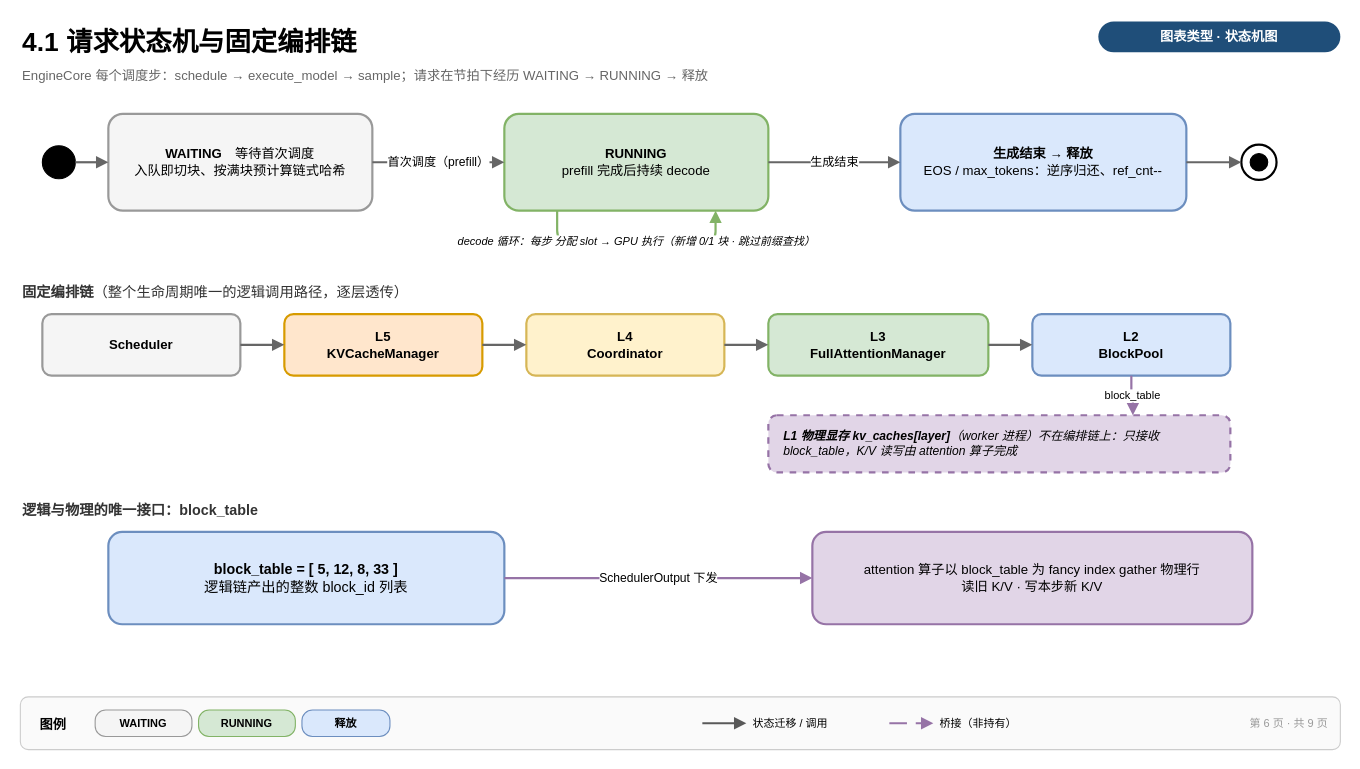
This is page "4-运行期请求生命周期" (4 of 4) of vllm/v1/core/kvcache_draw_ppt/kv_cache_five_layer_arch.drawio from GoCHug/vllm, a draw.io file, before an edit. Source tidied: cells renumbered, new cells numbered last; positions are measured from the earlier drawing's top-left corner, leaving out a move shared by most shapes. Both pictures are drawn from the tidied source at 110%, with x=0, y=0 at pixel (20, 19).
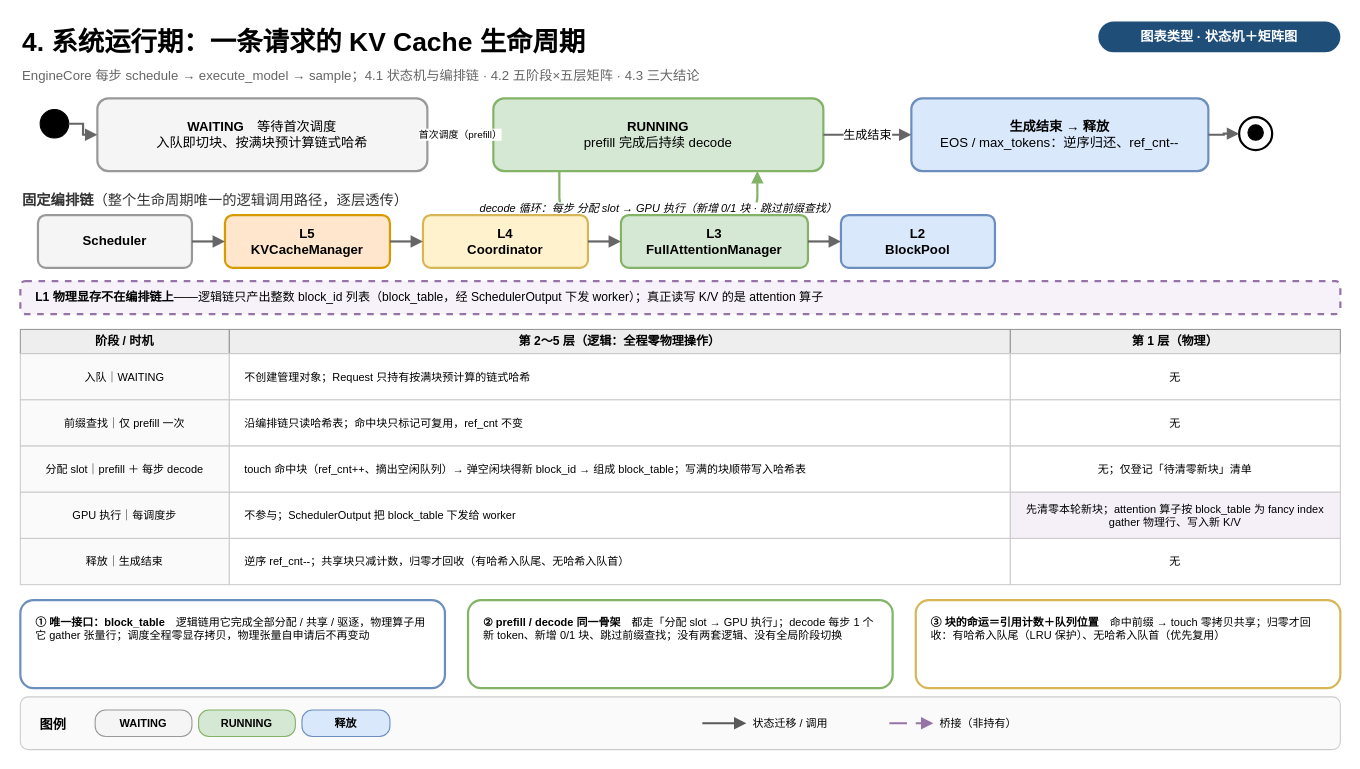
After the change.

The edit, as a diff of the source:
```diff
@@
-    <mxCell id="2" value="4.1 请求状态机与固定编排链" style="text;html=1;fontSize=24;fontStyle=1;align=left;" parent="1" vertex="1">
+    <mxCell id="2" value="4. 系统运行期：一条请求的 KV Cache 生命周期" style="text;html=1;fontSize=24;fontStyle=1;align=left;" parent="1" vertex="1">
       <mxGeometry width="900" height="34" as="geometry" />
     </mxCell>
-    <mxCell id="3" value="图表类型 · 状态机图" style="rounded=1;arcSize=50;whiteSpace=wrap;html=1;fillColor=#1f4e79;strokeColor=none;fontColor=#ffffff;fontSize=12;fontStyle=1;align=center;" parent="1" vertex="1">
+    <mxCell id="3" value="图表类型 · 状态机＋矩阵图" style="rounded=1;arcSize=50;whiteSpace=wrap;html=1;fillColor=#1f4e79;strokeColor=none;fontColor=#ffffff;fontSize=12;fontStyle=1;align=center;" parent="1" vertex="1">
       <mxGeometry x="980" y="2" width="220" height="28" as="geometry" />
     </mxCell>
-    <mxCell id="4" value="EngineCore 每个调度步：schedule → execute_model → sample；请求在节拍下经历 WAITING → RUNNING → 释放" style="text;html=1;fontSize=12;align=left;fontColor=#666666;" parent="1" vertex="1">
+    <mxCell id="4" value="EngineCore 每步 schedule → execute_model → sample；4.1 状态机与编排链 · 4.2 五阶段×五层矩阵 · 4.3 三大结论" style="text;html=1;fontSize=12;align=left;fontColor=#666666;" parent="1" vertex="1">
       <mxGeometry y="38" width="960" height="22" as="geometry" />
     </mxCell>
     <mxCell id="5" style="ellipse;whiteSpace=wrap;html=1;fillColor=#000000;strokeColor=#000000;" parent="1" vertex="1">
-      <mxGeometry x="20" y="115" width="30" height="30" as="geometry" />
+      <mxGeometry x="18" y="82" width="26" height="26" as="geometry" />
     </mxCell>
     <mxCell id="6" value="&lt;b&gt;WAITING&lt;/b&gt;　等待首次调度&#10;入队即切块、按满块预计算链式哈希" style="rounded=1;whiteSpace=wrap;html=1;fillColor=#f5f5f5;strokeColor=#999999;strokeWidth=2;verticalAlign=middle;align=center;fontSize=12;" parent="1" vertex="1">
-      <mxGeometry x="80" y="86" width="240" height="88" as="geometry" />
+      <mxGeometry x="70" y="72" width="300" height="66" as="geometry" />
     </mxCell>
     <mxCell id="7" value="&lt;b&gt;RUNNING&lt;/b&gt;&#10;prefill 完成后持续 decode" style="rounded=1;whiteSpace=wrap;html=1;fillColor=#d5e8d4;strokeColor=#82b366;strokeWidth=2;verticalAlign=middle;align=center;fontSize=12;" parent="1" vertex="1">
-      <mxGeometry x="440" y="86" width="240" height="88" as="geometry" />
+      <mxGeometry x="430" y="72" width="300" height="66" as="geometry" />
     </mxCell>
     <mxCell id="8" value="&lt;b&gt;生成结束 → 释放&lt;/b&gt;&#10;EOS / max_tokens：逆序归还、ref_cnt--" style="rounded=1;whiteSpace=wrap;html=1;fillColor=#dae8fc;strokeColor=#6c8ebf;strokeWidth=2;verticalAlign=middle;align=center;fontSize=12;" parent="1" vertex="1">
-      <mxGeometry x="800" y="86" width="260" height="88" as="geometry" />
+      <mxGeometry x="810" y="72" width="270" height="66" as="geometry" />
     </mxCell>
     <mxCell id="9" style="ellipse;whiteSpace=wrap;html=1;fillColor=#ffffff;strokeColor=#000000;strokeWidth=2;" parent="1" vertex="1">
-      <mxGeometry x="1110" y="114" width="32" height="32" as="geometry" />
+      <mxGeometry x="1108" y="89" width="30" height="30" as="geometry" />
     </mxCell>
     <mxCell id="10" style="ellipse;whiteSpace=wrap;html=1;fillColor=#000000;strokeColor=#000000;" parent="1" vertex="1">
-      <mxGeometry x="1118" y="122" width="16" height="16" as="geometry" />
+      <mxGeometry x="1116" y="96" width="14" height="14" as="geometry" />
     </mxCell>
@@
-    <mxCell id="12" value="首次调度（prefill）" style="edgeStyle=orthogonalEdgeStyle;html=1;rounded=0;strokeColor=#666666;strokeWidth=2;endArrow=block;endFill=1;fontSize=11;labelBackgroundColor=#ffffff;exitX=1;exitY=0.5;exitDx=0;exitDy=0;entryX=0;entryY=0.5;entryDx=0;entryDy=0;" parent="1" edge="1" source="6" target="7">
+    <mxCell id="12" value="首次调度（prefill）" style="edgeStyle=orthogonalEdgeStyle;html=1;rounded=0;strokeColor=#666666;strokeWidth=2;endArrow=block;endFill=1;fontSize=9;labelBackgroundColor=#ffffff;exitX=1;exitY=0.5;exitDx=0;exitDy=0;entryX=0;entryY=0.5;entryDx=0;entryDy=0;" parent="1" edge="1" source="6" target="7">
       <mxGeometry relative="1" as="geometry" />
     </mxCell>
@@
     <mxCell id="15" value="decode 循环：每步 分配 slot → GPU 执行（新增 0/1 块 · 跳过前缀查找）" style="edgeStyle=orthogonalEdgeStyle;html=1;rounded=1;strokeColor=#82b366;strokeWidth=2;endArrow=block;endFill=1;fontSize=10;fontStyle=2;labelBackgroundColor=#ffffff;exitX=0.2;exitY=1;exitDx=0;exitDy=0;entryX=0.8;entryY=1;entryDx=0;entryDy=0;" parent="1" edge="1" source="7" target="7">
       <mxGeometry relative="1" as="geometry">
         <Array as="points">
-          <mxPoint x="488" y="202" />
-          <mxPoint x="632" y="202" />
+          <mxPoint x="490" y="172" />
+          <mxPoint x="670" y="172" />
         </Array>
       </mxGeometry>
     </mxCell>
     <mxCell id="16" value="&lt;b&gt;固定编排链&lt;/b&gt;（整个生命周期唯一的逻辑调用路径，逐层透传）" style="text;html=1;fontSize=13;align=left;fontColor=#333333;" parent="1" vertex="1">
-      <mxGeometry y="234" width="700" height="24" as="geometry" />
+      <mxGeometry y="150" width="700" height="20" as="geometry" />
     </mxCell>
     <mxCell id="17" value="Scheduler" style="rounded=1;whiteSpace=wrap;html=1;fillColor=#f5f5f5;strokeColor=#999999;strokeWidth=2;verticalAlign=middle;align=center;fontSize=12;fontStyle=1;" parent="1" vertex="1">
-      <mxGeometry x="20" y="268" width="180" height="56" as="geometry" />
+      <mxGeometry x="16" y="178" width="140" height="48" as="geometry" />
     </mxCell>
     <mxCell id="18" value="L5&#10;KVCacheManager" style="rounded=1;whiteSpace=wrap;html=1;fillColor=#ffe6cc;strokeColor=#d79b00;strokeWidth=2;verticalAlign=middle;align=center;fontSize=12;fontStyle=1;" parent="1" vertex="1">
-      <mxGeometry x="240" y="268" width="180" height="56" as="geometry" />
+      <mxGeometry x="186" y="178" width="150" height="48" as="geometry" />
     </mxCell>
     <mxCell id="19" value="L4&#10;Coordinator" style="rounded=1;whiteSpace=wrap;html=1;fillColor=#fff2cc;strokeColor=#d6b656;strokeWidth=2;verticalAlign=middle;align=center;fontSize=12;fontStyle=1;" parent="1" vertex="1">
-      <mxGeometry x="460" y="268" width="180" height="56" as="geometry" />
+      <mxGeometry x="366" y="178" width="150" height="48" as="geometry" />
     </mxCell>
     <mxCell id="20" value="L3&#10;FullAttentionManager" style="rounded=1;whiteSpace=wrap;html=1;fillColor=#d5e8d4;strokeColor=#82b366;strokeWidth=2;verticalAlign=middle;align=center;fontSize=12;fontStyle=1;" parent="1" vertex="1">
-      <mxGeometry x="680" y="268" width="200" height="56" as="geometry" />
+      <mxGeometry x="546" y="178" width="170" height="48" as="geometry" />
     </mxCell>
     <mxCell id="21" value="L2&#10;BlockPool" style="rounded=1;whiteSpace=wrap;html=1;fillColor=#dae8fc;strokeColor=#6c8ebf;strokeWidth=2;verticalAlign=middle;align=center;fontSize=12;fontStyle=1;" parent="1" vertex="1">
-      <mxGeometry x="920" y="268" width="180" height="56" as="geometry" />
+      <mxGeometry x="746" y="178" width="140" height="48" as="geometry" />
     </mxCell>
@@
-    <mxCell id="26" value="&lt;b&gt;L1 物理显存 kv_caches[layer]&lt;/b&gt;（worker 进程）不在编排链上：只接收 block_table，K/V 读写由 attention 算子完成" style="rounded=1;whiteSpace=wrap;html=1;fillColor=#e1d5e7;strokeColor=#9673a6;strokeWidth=2;dashed=1;verticalAlign=middle;align=left;spacingLeft=12;spacingRight=8;fontSize=11;fontStyle=2;" parent="1" vertex="1">
-      <mxGeometry x="680" y="360" width="420" height="52" as="geometry" />
-    </mxCell>
-    <mxCell id="27" value="block_table" style="edgeStyle=orthogonalEdgeStyle;html=1;rounded=0;strokeColor=#9673a6;strokeWidth=2;dashed=1;dashPattern=8 4;endArrow=block;endFill=1;fontSize=10;labelBackgroundColor=#ffffff;exitX=0.5;exitY=1;exitDx=0;exitDy=0;entryX=0.789;entryY=0;entryDx=0;entryDy=0;" parent="1" edge="1" source="21" target="26">
-      <mxGeometry relative="1" as="geometry" />
-    </mxCell>
-    <mxCell id="28" value="&lt;b&gt;逻辑与物理的唯一接口：block_table&lt;/b&gt;" style="text;html=1;fontSize=13;align=left;fontColor=#333333;" parent="1" vertex="1">
-      <mxGeometry y="432" width="600" height="24" as="geometry" />
-    </mxCell>
-    <mxCell id="29" value="&lt;b&gt;block_table = [ 5, 12, 8, 33 ]&lt;/b&gt;&#10;逻辑链产出的整数 block_id 列表" style="rounded=1;whiteSpace=wrap;html=1;fillColor=#dae8fc;strokeColor=#6c8ebf;strokeWidth=2;verticalAlign=middle;align=center;fontSize=13;" parent="1" vertex="1">
-      <mxGeometry x="80" y="466" width="360" height="84" as="geometry" />
-    </mxCell>
-    <mxCell id="30" value="attention 算子以 block_table 为 fancy index gather 物理行&#10;读旧 K/V · 写本步新 K/V" style="rounded=1;whiteSpace=wrap;html=1;fillColor=#e1d5e7;strokeColor=#9673a6;strokeWidth=2;verticalAlign=middle;align=center;fontSize=12;" parent="1" vertex="1">
-      <mxGeometry x="720" y="466" width="400" height="84" as="geometry" />
-    </mxCell>
-    <mxCell id="31" value="SchedulerOutput 下发" style="edgeStyle=orthogonalEdgeStyle;html=1;rounded=0;strokeColor=#9673a6;strokeWidth=2;endArrow=block;endFill=1;fontSize=11;labelBackgroundColor=#ffffff;exitX=1;exitY=0.5;exitDx=0;exitDy=0;entryX=0;entryY=0.5;entryDx=0;entryDy=0;" parent="1" edge="1" source="29" target="30">
-      <mxGeometry relative="1" as="geometry" />
-    </mxCell>
+    <mxCell id="42" value="&lt;b&gt;L1 物理显存不在编排链上&lt;/b&gt;——逻辑链只产出整数 block_id 列表（block_table，经 SchedulerOutput 下发 worker）；真正读写 K/V 的是 attention 算子" style="rounded=1;whiteSpace=wrap;html=1;fillColor=#f7f2fa;strokeColor=#9673a6;strokeWidth=2;dashed=1;verticalAlign=middle;align=left;spacingLeft=12;spacingRight=10;fontSize=11;" parent="1" vertex="1">
+      <mxGeometry y="238" width="1200" height="30" as="geometry" />
+    </mxCell>
+    <mxCell id="43" value="阶段 / 时机" style="rounded=0;whiteSpace=wrap;html=1;fillColor=#eeeeee;strokeColor=#999999;fontSize=11;fontStyle=1;align=center;verticalAlign=middle;" parent="1" vertex="1">
+      <mxGeometry y="282" width="190" height="22" as="geometry" />
+    </mxCell>
+    <mxCell id="44" value="第 2～5 层（逻辑：全程零物理操作）" style="rounded=0;whiteSpace=wrap;html=1;fillColor=#eeeeee;strokeColor=#999999;fontSize=11;fontStyle=1;align=center;verticalAlign=middle;" parent="1" vertex="1">
+      <mxGeometry x="190" y="282" width="710" height="22" as="geometry" />
+    </mxCell>
+    <mxCell id="45" value="第 1 层（物理）" style="rounded=0;whiteSpace=wrap;html=1;fillColor=#eeeeee;strokeColor=#999999;fontSize=11;fontStyle=1;align=center;verticalAlign=middle;" parent="1" vertex="1">
+      <mxGeometry x="900" y="282" width="300" height="22" as="geometry" />
+    </mxCell>
+    <mxCell id="46" value="入队｜WAITING" style="rounded=0;whiteSpace=wrap;html=1;fillColor=#fafafa;strokeColor=#cccccc;verticalAlign=middle;align=center;fontSize=10;" parent="1" vertex="1">
+      <mxGeometry y="304" width="190" height="42" as="geometry" />
+    </mxCell>
+    <mxCell id="47" value="不创建管理对象；Request 只持有按满块预计算的链式哈希" style="rounded=0;whiteSpace=wrap;html=1;fillColor=#ffffff;strokeColor=#cccccc;verticalAlign=middle;align=left;spacingLeft=12;fontSize=10;" parent="1" vertex="1">
+      <mxGeometry x="190" y="304" width="710" height="42" as="geometry" />
+    </mxCell>
+    <mxCell id="48" value="无" style="rounded=0;whiteSpace=wrap;html=1;fillColor=#ffffff;strokeColor=#cccccc;verticalAlign=middle;align=center;fontSize=10;" parent="1" vertex="1">
+      <mxGeometry x="900" y="304" width="300" height="42" as="geometry" />
+    </mxCell>
+    <mxCell id="49" value="前缀查找｜仅 prefill 一次" style="rounded=0;whiteSpace=wrap;html=1;fillColor=#fafafa;strokeColor=#cccccc;verticalAlign=middle;align=center;fontSize=10;" parent="1" vertex="1">
+      <mxGeometry y="346" width="190" height="42" as="geometry" />
+    </mxCell>
+    <mxCell id="50" value="沿编排链只读哈希表；命中块只标记可复用，ref_cnt 不变" style="rounded=0;whiteSpace=wrap;html=1;fillColor=#ffffff;strokeColor=#cccccc;verticalAlign=middle;align=left;spacingLeft=12;fontSize=10;" parent="1" vertex="1">
+      <mxGeometry x="190" y="346" width="710" height="42" as="geometry" />
+    </mxCell>
+    <mxCell id="51" value="无" style="rounded=0;whiteSpace=wrap;html=1;fillColor=#ffffff;strokeColor=#cccccc;verticalAlign=middle;align=center;fontSize=10;" parent="1" vertex="1">
+      <mxGeometry x="900" y="346" width="300" height="42" as="geometry" />
+    </mxCell>
+    <mxCell id="52" value="分配 slot｜prefill ＋ 每步 decode" style="rounded=0;whiteSpace=wrap;html=1;fillColor=#fafafa;strokeColor=#cccccc;verticalAlign=middle;align=center;fontSize=10;" parent="1" vertex="1">
+      <mxGeometry y="388" width="190" height="42" as="geometry" />
+    </mxCell>
+    <mxCell id="53" value="touch 命中块（ref_cnt++、摘出空闲队列）→ 弹空闲块得新 block_id → 组成 block_table；写满的块顺带写入哈希表" style="rounded=0;whiteSpace=wrap;html=1;fillColor=#ffffff;strokeColor=#cccccc;verticalAlign=middle;align=left;spacingLeft=12;spacingRight=8;fontSize=10;" parent="1" vertex="1">
+      <mxGeometry x="190" y="388" width="710" height="42" as="geometry" />
+    </mxCell>
+    <mxCell id="54" value="无；仅登记「待清零新块」清单" style="rounded=0;whiteSpace=wrap;html=1;fillColor=#ffffff;strokeColor=#cccccc;verticalAlign=middle;align=center;fontSize=10;" parent="1" vertex="1">
+      <mxGeometry x="900" y="388" width="300" height="42" as="geometry" />
+    </mxCell>
+    <mxCell id="55" value="GPU 执行｜每调度步" style="rounded=0;whiteSpace=wrap;html=1;fillColor=#fafafa;strokeColor=#cccccc;verticalAlign=middle;align=center;fontSize=10;" parent="1" vertex="1">
+      <mxGeometry y="430" width="190" height="42" as="geometry" />
+    </mxCell>
+    <mxCell id="56" value="不参与；SchedulerOutput 把 block_table 下发给 worker" style="rounded=0;whiteSpace=wrap;html=1;fillColor=#ffffff;strokeColor=#cccccc;verticalAlign=middle;align=left;spacingLeft=12;fontSize=10;" parent="1" vertex="1">
+      <mxGeometry x="190" y="430" width="710" height="42" as="geometry" />
+    </mxCell>
+    <mxCell id="57" value="先清零本轮新块；attention 算子按 block_table 为 fancy index gather 物理行、写入新 K/V" style="rounded=0;whiteSpace=wrap;html=1;fillColor=#f5f0f8;strokeColor=#cccccc;verticalAlign=middle;align=center;spacingLeft=8;spacingRight=8;fontSize=10;" parent="1" vertex="1">
+      <mxGeometry x="900" y="430" width="300" height="42" as="geometry" />
+    </mxCell>
+    <mxCell id="58" value="释放｜生成结束" style="rounded=0;whiteSpace=wrap;html=1;fillColor=#fafafa;strokeColor=#cccccc;verticalAlign=middle;align=center;fontSize=10;" parent="1" vertex="1">
+      <mxGeometry y="472" width="190" height="42" as="geometry" />
+    </mxCell>
+    <mxCell id="59" value="逆序 ref_cnt--；共享块只减计数，归零才回收（有哈希入队尾、无哈希入队首）" style="rounded=0;whiteSpace=wrap;html=1;fillColor=#ffffff;strokeColor=#cccccc;verticalAlign=middle;align=left;spacingLeft=12;spacingRight=8;fontSize=10;" parent="1" vertex="1">
+      <mxGeometry x="190" y="472" width="710" height="42" as="geometry" />
+    </mxCell>
+    <mxCell id="60" value="无" style="rounded=0;whiteSpace=wrap;html=1;fillColor=#ffffff;strokeColor=#cccccc;verticalAlign=middle;align=center;fontSize=10;" parent="1" vertex="1">
+      <mxGeometry x="900" y="472" width="300" height="42" as="geometry" />
+    </mxCell>
+    <mxCell id="61" value="&lt;b&gt;① 唯一接口：block_table&lt;/b&gt;　逻辑链用它完成全部分配 / 共享 / 驱逐，物理算子用它 gather 张量行；调度全程零显存拷贝，物理张量自申请后不再变动" style="rounded=1;whiteSpace=wrap;html=1;fillColor=#ffffff;strokeColor=#6c8ebf;strokeWidth=2;verticalAlign=top;spacingTop=8;spacingLeft=12;spacingRight=10;fontSize=10;align=left;" parent="1" vertex="1">
+      <mxGeometry y="528" width="386" height="80" as="geometry" />
+    </mxCell>
+    <mxCell id="62" value="&lt;b&gt;② prefill / decode 同一骨架&lt;/b&gt;　都走「分配 slot → GPU 执行」；decode 每步 1 个新 token、新增 0/1 块、跳过前缀查找；没有两套逻辑、没有全局阶段切换" style="rounded=1;whiteSpace=wrap;html=1;fillColor=#ffffff;strokeColor=#82b366;strokeWidth=2;verticalAlign=top;spacingTop=8;spacingLeft=12;spacingRight=10;fontSize=10;align=left;" parent="1" vertex="1">
+      <mxGeometry x="407" y="528" width="386" height="80" as="geometry" />
+    </mxCell>
+    <mxCell id="63" value="&lt;b&gt;③ 块的命运＝引用计数＋队列位置&lt;/b&gt;　命中前缀 → touch 零拷贝共享；归零才回收：有哈希入队尾（LRU 保护）、无哈希入队首（优先复用）" style="rounded=1;whiteSpace=wrap;html=1;fillColor=#ffffff;strokeColor=#d6b656;strokeWidth=2;verticalAlign=top;spacingTop=8;spacingLeft=12;spacingRight=10;fontSize=10;align=left;" parent="1" vertex="1">
+      <mxGeometry x="814" y="528" width="386" height="80" as="geometry" />
+    </mxCell>
@@
-    <mxCell id="41" value="第 6 页 · 共 9 页" style="text;html=1;fontSize=10;align=right;fontColor=#999999;" parent="1" vertex="1">
-      <mxGeometry x="1040" y="628" width="150" height="24" as="geometry" />
-    </mxCell>
```
